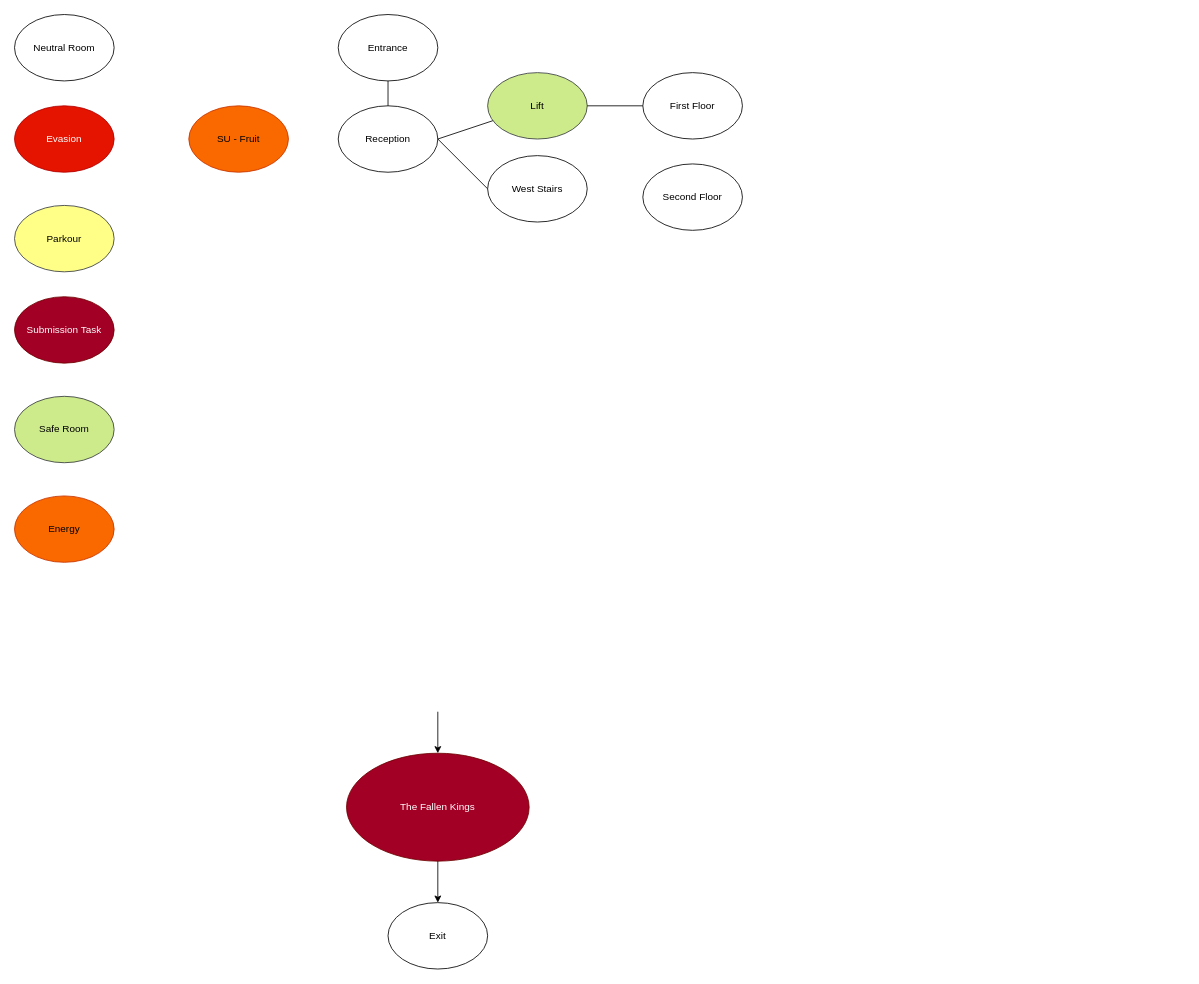
RemediumSolutions/Draw.IO keeps this draw.io diagram as Submission.drawio. Above is the earlier version. Source tidied: cells renumbered, new cells numbered last; positions are measured from the earlier drawing's top-left corner, leaving out a move shared by most shapes. Both pictures are drawn from the tidied source at 83%, with x=0, y=0 at pixel (14, 14).
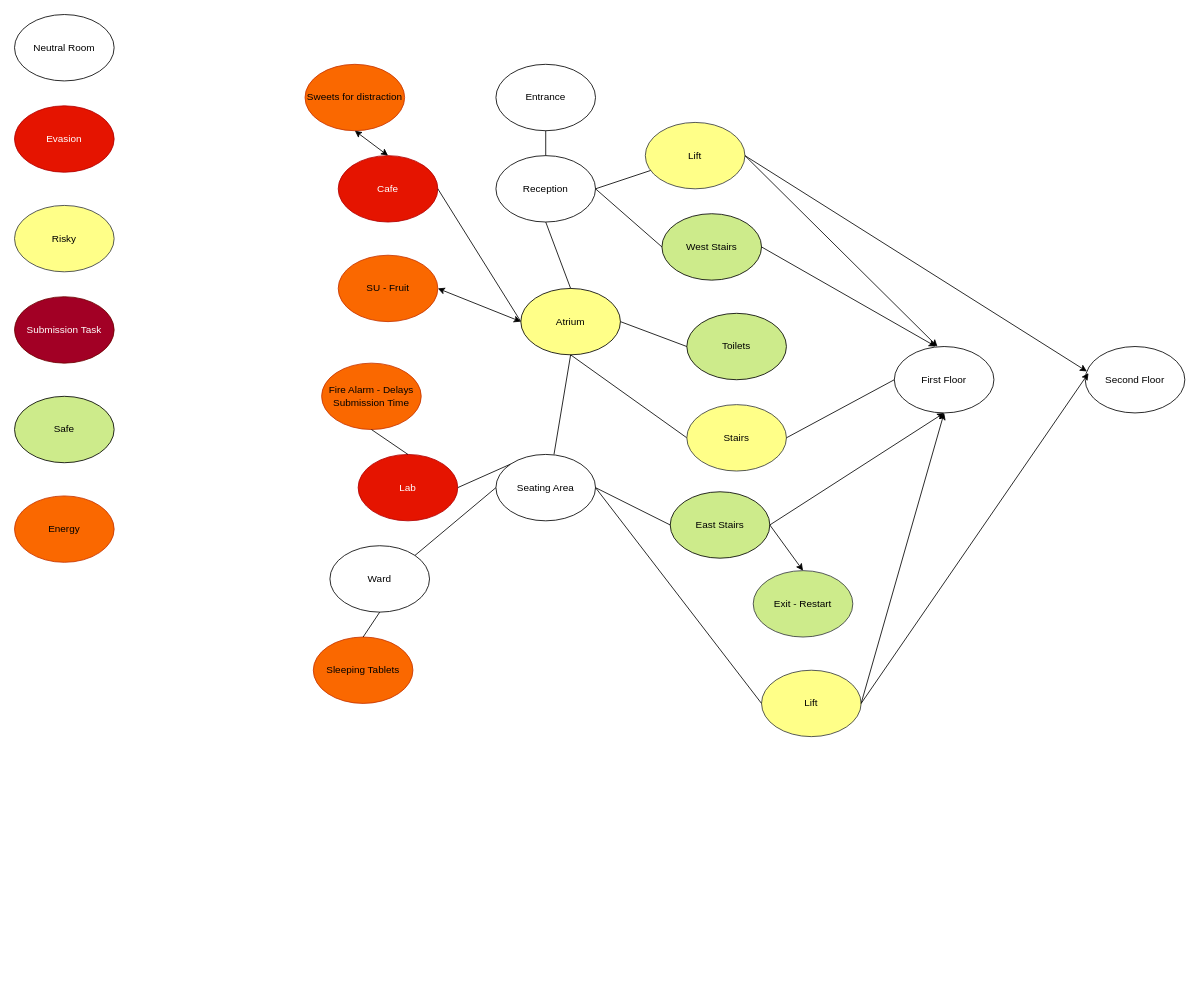
Above is the later version.

Change to the diagram source:
```diff
@@
-    <mxCell id="4" value="Parkour" style="ellipse;whiteSpace=wrap;html=1;fillColor=#ffff88;strokeColor=#36393d;" parent="1" vertex="1">
+    <mxCell id="4" value="Risky" style="ellipse;whiteSpace=wrap;html=1;fillColor=#FFFF88;strokeColor=#36393d;" parent="1" vertex="1">
       <mxGeometry y="230" width="120" height="80" as="geometry" />
     </mxCell>
-    <mxCell id="5" value="Safe Room" style="ellipse;whiteSpace=wrap;html=1;fillColor=#cdeb8b;strokeColor=#36393d;" parent="1" vertex="1">
-      <mxGeometry y="460" width="120" height="80" as="geometry" />
+    <mxCell id="5" value="Exit - Restart" style="ellipse;whiteSpace=wrap;html=1;fillColor=#cdeb8b;strokeColor=#36393d;" parent="1" vertex="1">
+      <mxGeometry x="890" y="670" width="120" height="80" as="geometry" />
     </mxCell>
@@
-    <mxCell id="8" value="The Fallen Kings" style="ellipse;whiteSpace=wrap;html=1;fillColor=#a20025;fontColor=#ffffff;strokeColor=#6F0000;" parent="1" vertex="1">
-      <mxGeometry x="400" y="890" width="220" height="130" as="geometry" />
-    </mxCell>
-    <mxCell id="9" style="endArrow=classic;html=1;rounded=0;exitX=0.5;exitY=1;exitDx=0;exitDy=0;entryX=0.5;entryY=0;entryDx=0;entryDy=0;" parent="1" edge="1" target="8">
-      <mxGeometry relative="1" as="geometry">
-        <mxPoint x="510" y="840" as="sourcePoint" />
-      </mxGeometry>
-    </mxCell>
-    <mxCell id="10" value="Exit" style="ellipse;whiteSpace=wrap;html=1;" parent="1" vertex="1">
-      <mxGeometry x="450" y="1070" width="120" height="80" as="geometry" />
-    </mxCell>
-    <mxCell id="11" style="endArrow=classic;html=1;rounded=0;exitX=0.5;exitY=1;exitDx=0;exitDy=0;entryX=0.5;entryY=0;entryDx=0;entryDy=0;" parent="1" edge="1" source="8" target="10">
-      <mxGeometry relative="1" as="geometry" />
-    </mxCell>
     <mxCell id="12" value="Entrance" style="ellipse;whiteSpace=wrap;html=1;" parent="1" vertex="1">
-      <mxGeometry x="390" width="120" height="80" as="geometry" />
+      <mxGeometry x="580" y="60" width="120" height="80" as="geometry" />
     </mxCell>
     <mxCell id="13" value="Reception" style="ellipse;whiteSpace=wrap;html=1;" parent="1" vertex="1">
-      <mxGeometry x="390" y="110" width="120" height="80" as="geometry" />
+      <mxGeometry x="580" y="170" width="120" height="80" as="geometry" />
     </mxCell>
     <mxCell id="14" value="SU - Fruit" style="ellipse;whiteSpace=wrap;html=1;fillColor=#fa6800;fontColor=#000000;strokeColor=#C73500;" parent="1" vertex="1">
-      <mxGeometry x="210" y="110" width="120" height="80" as="geometry" />
+      <mxGeometry x="390" y="290" width="120" height="80" as="geometry" />
     </mxCell>
-    <mxCell id="15" value="Lift" style="ellipse;whiteSpace=wrap;html=1;fillColor=#cdeb8b;strokeColor=#36393d;" parent="1" vertex="1">
-      <mxGeometry x="570" y="70" width="120" height="80" as="geometry" />
+    <mxCell id="15" value="Lift" style="ellipse;whiteSpace=wrap;html=1;fillColor=#FFFF88;strokeColor=#36393d;" parent="1" vertex="1">
+      <mxGeometry x="760" y="130" width="120" height="80" as="geometry" />
     </mxCell>
-    <mxCell id="16" value="West Stairs" style="ellipse;whiteSpace=wrap;html=1;" parent="1" vertex="1">
-      <mxGeometry x="570" y="170" width="120" height="80" as="geometry" />
+    <mxCell id="16" value="West Stairs" style="ellipse;whiteSpace=wrap;html=1;fillColor=#CDEB8B;" parent="1" vertex="1">
+      <mxGeometry x="780" y="240" width="120" height="80" as="geometry" />
     </mxCell>
@@
+    <mxCell id="23" style="endArrow=classic;html=1;rounded=0;exitX=1;exitY=0.5;exitDx=0;exitDy=0;entryX=0.433;entryY=0;entryDx=0;entryDy=0;entryPerimeter=0;" parent="1" edge="1" source="15" target="20">
+      <mxGeometry relative="1" as="geometry" />
+    </mxCell>
+    <mxCell id="24" style="endArrow=classic;html=1;rounded=0;exitX=1;exitY=0.5;exitDx=0;exitDy=0;entryX=0.017;entryY=0.375;entryDx=0;entryDy=0;entryPerimeter=0;" parent="1" edge="1" source="15" target="21">
+      <mxGeometry relative="1" as="geometry" />
+    </mxCell>
+    <mxCell id="25" style="endArrow=classic;html=1;rounded=0;exitX=1;exitY=0.5;exitDx=0;exitDy=0;" parent="1" edge="1" source="16">
+      <mxGeometry relative="1" as="geometry">
+        <mxPoint x="1110" y="400" as="targetPoint" />
+      </mxGeometry>
+    </mxCell>
+    <mxCell id="26" style="endArrow=classic;startArrow=classic;html=1;rounded=0;entryX=0;entryY=0.5;entryDx=0;entryDy=0;exitX=1;exitY=0.5;exitDx=0;exitDy=0;" parent="1" edge="1" source="14" target="27">
+      <mxGeometry relative="1" as="geometry" />
+    </mxCell>
+    <mxCell id="27" value="Atrium" style="ellipse;whiteSpace=wrap;html=1;fillColor=#FFFF88;" parent="1" vertex="1">
+      <mxGeometry x="610" y="330" width="120" height="80" as="geometry" />
+    </mxCell>
+    <mxCell id="28" value="Seating Area" style="ellipse;whiteSpace=wrap;html=1;" parent="1" vertex="1">
+      <mxGeometry x="580" y="530" width="120" height="80" as="geometry" />
+    </mxCell>
+    <mxCell id="29" value="Cafe" style="ellipse;whiteSpace=wrap;html=1;fillColor=#e51400;fontColor=#ffffff;strokeColor=#B20000;" parent="1" vertex="1">
+      <mxGeometry x="390" y="170" width="120" height="80" as="geometry" />
+    </mxCell>
+    <mxCell id="30" style="endArrow=none;html=1;rounded=0;entryX=0;entryY=0.5;entryDx=0;entryDy=0;exitX=1;exitY=0.5;exitDx=0;exitDy=0;" parent="1" edge="1" source="29" target="27">
+      <mxGeometry relative="1" as="geometry" />
+    </mxCell>
+    <mxCell id="31" value="Sweets for distraction" style="ellipse;whiteSpace=wrap;html=1;fillColor=#fa6800;fontColor=#000000;strokeColor=#C73500;" parent="1" vertex="1">
+      <mxGeometry x="350" y="60" width="120" height="80" as="geometry" />
+    </mxCell>
+    <mxCell id="32" style="endArrow=classic;startArrow=classic;html=1;rounded=0;exitX=0.5;exitY=1;exitDx=0;exitDy=0;entryX=0.5;entryY=0;entryDx=0;entryDy=0;" parent="1" edge="1" source="31" target="29">
+      <mxGeometry relative="1" as="geometry" />
+    </mxCell>
+    <mxCell id="33" style="endArrow=none;html=1;rounded=0;exitX=0.5;exitY=0;exitDx=0;exitDy=0;entryX=0.5;entryY=1;entryDx=0;entryDy=0;" parent="1" edge="1" source="27" target="13">
+      <mxGeometry relative="1" as="geometry" />
+    </mxCell>
+    <mxCell id="34" style="endArrow=none;html=1;rounded=0;exitX=0;exitY=0.5;exitDx=0;exitDy=0;entryX=0.5;entryY=1;entryDx=0;entryDy=0;" parent="1" edge="1" source="53" target="27">
+      <mxGeometry relative="1" as="geometry" />
+    </mxCell>
+    <mxCell id="35" value="Lift" style="ellipse;whiteSpace=wrap;html=1;fillColor=#FFFF88;strokeColor=#36393d;" parent="1" vertex="1">
+      <mxGeometry x="900" y="790" width="120" height="80" as="geometry" />
+    </mxCell>
+    <mxCell id="36" value="East Stairs" style="ellipse;whiteSpace=wrap;html=1;fillColor=#CDEB8B;" parent="1" vertex="1">
+      <mxGeometry x="790" y="575" width="120" height="80" as="geometry" />
+    </mxCell>
+    <mxCell id="21" value="Second Floor" style="ellipse;whiteSpace=wrap;html=1;" parent="1" vertex="1">
+      <mxGeometry x="1290" y="400" width="120" height="80" as="geometry" />
+    </mxCell>
+    <mxCell id="37" style="endArrow=classic;html=1;rounded=0;exitX=1;exitY=0.5;exitDx=0;exitDy=0;entryX=0.5;entryY=1;entryDx=0;entryDy=0;" parent="1" edge="1" source="35" target="20">
+      <mxGeometry relative="1" as="geometry" />
+    </mxCell>
+    <mxCell id="38" style="endArrow=classic;html=1;rounded=0;exitX=1;exitY=0.5;exitDx=0;exitDy=0;entryX=0.033;entryY=0.4;entryDx=0;entryDy=0;entryPerimeter=0;" parent="1" edge="1" source="35" target="21">
+      <mxGeometry relative="1" as="geometry" />
+    </mxCell>
+    <mxCell id="39" style="endArrow=classic;html=1;rounded=0;exitX=1;exitY=0.5;exitDx=0;exitDy=0;entryX=0.5;entryY=1;entryDx=0;entryDy=0;" parent="1" edge="1" source="36" target="20">
+      <mxGeometry relative="1" as="geometry" />
+    </mxCell>
     <mxCell id="20" value="First Floor" style="ellipse;whiteSpace=wrap;html=1;" parent="1" vertex="1">
-      <mxGeometry x="757" y="70" width="120" height="80" as="geometry" />
+      <mxGeometry x="1060" y="400" width="120" height="80" as="geometry" />
     </mxCell>
-    <mxCell id="21" value="Second Floor" style="ellipse;whiteSpace=wrap;html=1;" parent="1" vertex="1">
-      <mxGeometry x="757" y="180" width="120" height="80" as="geometry" />
-    </mxCell>
-    <mxCell id="22" style="endArrow=none;html=1;rounded=0;entryX=1;entryY=0.5;entryDx=0;entryDy=0;exitX=0;exitY=0.5;exitDx=0;exitDy=0;" parent="1" edge="1" source="20" target="15">
-      <mxGeometry relative="1" as="geometry" />
-    </mxCell>
+    <mxCell id="40" style="endArrow=classic;html=1;rounded=0;exitX=1;exitY=0.5;exitDx=0;exitDy=0;entryX=0.5;entryY=0;entryDx=0;entryDy=0;" parent="1" edge="1" source="36" target="5">
+      <mxGeometry relative="1" as="geometry" />
+    </mxCell>
+    <mxCell id="41" style="endArrow=none;html=1;rounded=0;exitX=1;exitY=0.5;exitDx=0;exitDy=0;entryX=0;entryY=0.5;entryDx=0;entryDy=0;" parent="1" edge="1" source="28" target="35">
+      <mxGeometry relative="1" as="geometry" />
+    </mxCell>
+    <mxCell id="42" style="endArrow=none;html=1;rounded=0;exitX=1;exitY=0.5;exitDx=0;exitDy=0;entryX=0;entryY=0.5;entryDx=0;entryDy=0;" parent="1" edge="1" source="28" target="36">
+      <mxGeometry relative="1" as="geometry" />
+    </mxCell>
+    <mxCell id="43" value="Lab" style="ellipse;whiteSpace=wrap;html=1;fillColor=#e51400;fontColor=#ffffff;strokeColor=#B20000;" parent="1" vertex="1">
+      <mxGeometry x="414" y="530" width="120" height="80" as="geometry" />
+    </mxCell>
+    <mxCell id="44" style="endArrow=none;html=1;rounded=0;exitX=0;exitY=0;exitDx=0;exitDy=0;entryX=1;entryY=0.5;entryDx=0;entryDy=0;" parent="1" edge="1" source="28" target="43">
+      <mxGeometry relative="1" as="geometry" />
+    </mxCell>
+    <mxCell id="45" value="Safe" style="ellipse;whiteSpace=wrap;html=1;fillColor=#CDEB8B;" parent="1" vertex="1">
+      <mxGeometry y="460" width="120" height="80" as="geometry" />
+    </mxCell>
+    <mxCell id="46" value="Sleeping Tablets" style="ellipse;whiteSpace=wrap;html=1;fillColor=#fa6800;fontColor=#000000;strokeColor=#C73500;" parent="1" vertex="1">
+      <mxGeometry x="360" y="750" width="120" height="80" as="geometry" />
+    </mxCell>
+    <mxCell id="47" value="Ward" style="ellipse;whiteSpace=wrap;html=1;" parent="1" vertex="1">
+      <mxGeometry x="380" y="640" width="120" height="80" as="geometry" />
+    </mxCell>
+    <mxCell id="48" style="endArrow=none;html=1;rounded=0;exitX=0;exitY=0.5;exitDx=0;exitDy=0;entryX=1;entryY=0;entryDx=0;entryDy=0;" parent="1" edge="1" source="28" target="47">
+      <mxGeometry relative="1" as="geometry" />
+    </mxCell>
+    <mxCell id="49" style="endArrow=none;html=1;rounded=0;exitX=0.5;exitY=1;exitDx=0;exitDy=0;entryX=0.5;entryY=0;entryDx=0;entryDy=0;" parent="1" edge="1" source="47" target="46">
+      <mxGeometry relative="1" as="geometry" />
+    </mxCell>
+    <mxCell id="50" value="Toilets" style="ellipse;whiteSpace=wrap;html=1;fillColor=#CDEB8B;" parent="1" vertex="1">
+      <mxGeometry x="810" y="360" width="120" height="80" as="geometry" />
+    </mxCell>
+    <mxCell id="51" style="endArrow=none;html=1;rounded=0;exitX=1;exitY=0.5;exitDx=0;exitDy=0;entryX=0;entryY=0.5;entryDx=0;entryDy=0;" parent="1" edge="1" source="27" target="50">
+      <mxGeometry relative="1" as="geometry" />
+    </mxCell>
+    <mxCell id="52" style="endArrow=none;html=1;rounded=0;exitX=0.583;exitY=0;exitDx=0;exitDy=0;entryX=0.5;entryY=1;entryDx=0;entryDy=0;exitPerimeter=0;" parent="1" edge="1" source="28" target="27">
+      <mxGeometry relative="1" as="geometry" />
+    </mxCell>
+    <mxCell id="53" value="Stairs" style="ellipse;whiteSpace=wrap;html=1;fillColor=#FFFF88;strokeColor=#36393d;" parent="1" vertex="1">
+      <mxGeometry x="810" y="470" width="120" height="80" as="geometry" />
+    </mxCell>
+    <mxCell id="54" style="endArrow=none;html=1;rounded=0;exitX=1;exitY=0.5;exitDx=0;exitDy=0;entryX=0;entryY=0.5;entryDx=0;entryDy=0;" parent="1" edge="1" source="53" target="20">
+      <mxGeometry relative="1" as="geometry" />
+    </mxCell>
+    <mxCell id="55" value="Fire Alarm - Delays Submission Time" style="ellipse;whiteSpace=wrap;html=1;fillColor=#fa6800;fontColor=#000000;strokeColor=#C73500;" parent="1" vertex="1">
+      <mxGeometry x="370" y="420" width="120" height="80" as="geometry" />
+    </mxCell>
+    <mxCell id="56" style="endArrow=none;html=1;rounded=0;exitX=0.5;exitY=0;exitDx=0;exitDy=0;entryX=0.5;entryY=1;entryDx=0;entryDy=0;" parent="1" edge="1" source="43" target="55">
+      <mxGeometry relative="1" as="geometry" />
+    </mxCell>
```
